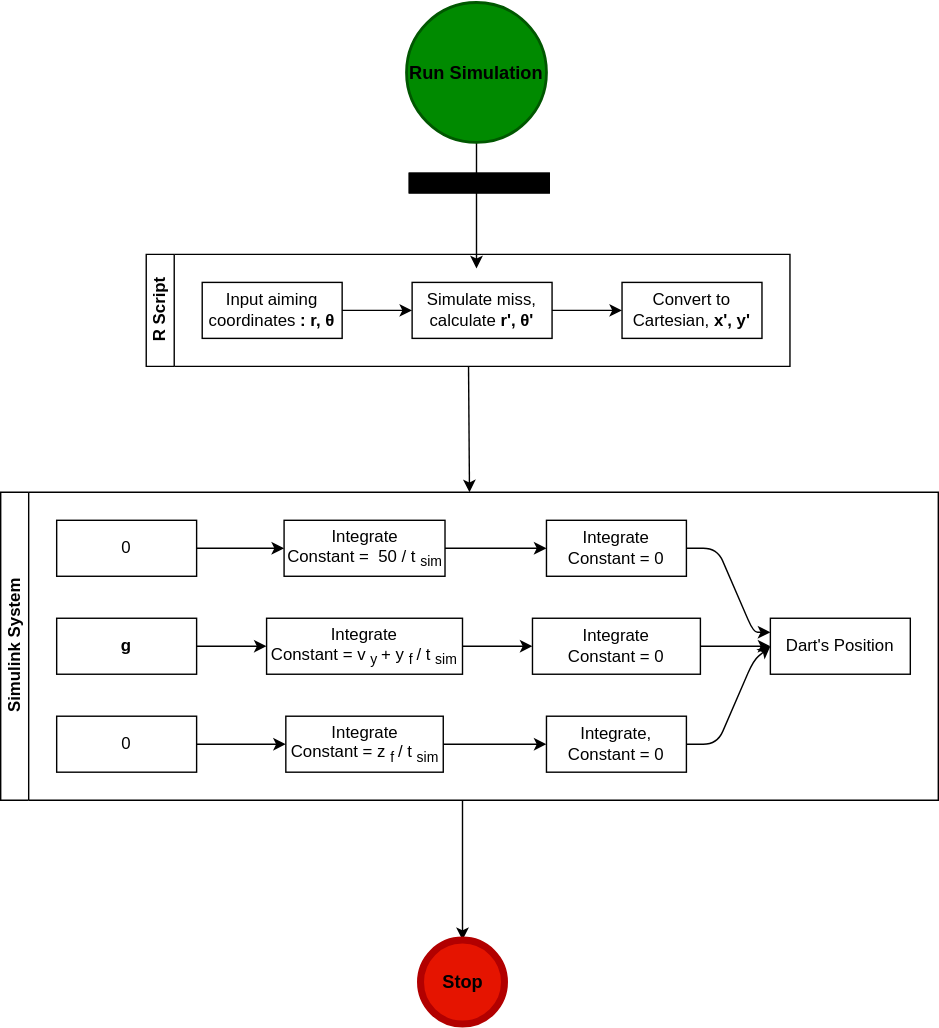
Earlier version of the draw.io export img/projFlow.drawio.svg (ojaroker/Darts). Source tidied: cells renumbered, new cells last; positions are measured from the earlier drawing's top-left corner, leaving out a move shared by most shapes.
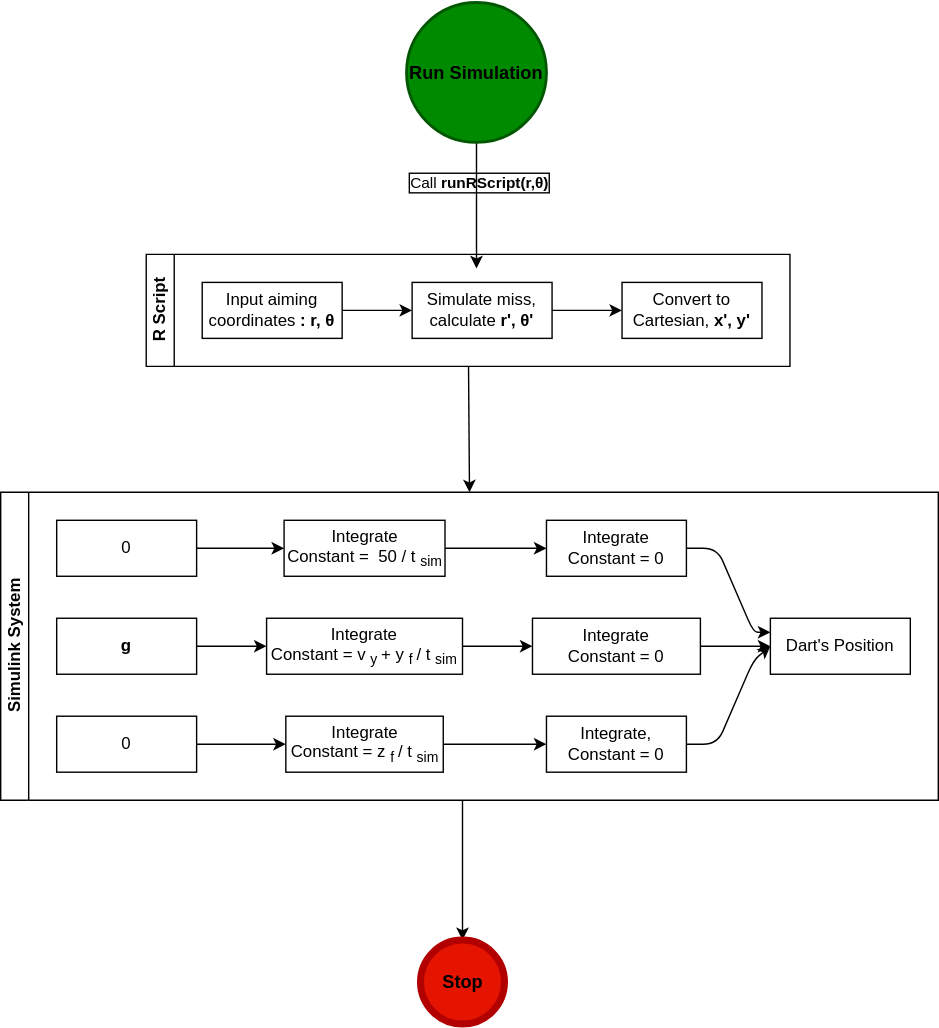
After the commit.

What changed in the source:
```diff
@@ -7,7 +7,7 @@
         <mxPoint x="340" y="190" as="targetPoint" />
       </mxGeometry>
     </mxCell>
-    <mxCell id="3" value="Call &lt;b style=&quot;&quot;&gt;runRScript(r,θ)&lt;/b&gt;" style="edgeLabel;html=1;align=center;verticalAlign=middle;fontColor=#000000;labelBorderColor=default;labelBackgroundColor=#000000;" parent="2" vertex="1">
+    <mxCell id="3" value="Call &lt;b style=&quot;&quot;&gt;runRScript(r,θ)&lt;/b&gt;" style="edgeLabel;html=1;align=center;verticalAlign=middle;fontColor=#000000;labelBorderColor=default;labelBackgroundColor=none;" parent="2" vertex="1">
       <mxGeometry x="-0.36" y="1" relative="1" as="geometry" />
     </mxCell>
     <mxCell id="4" value="&lt;font size=&quot;1&quot; color=&quot;#000000&quot;&gt;&lt;b style=&quot;font-size: 13px;&quot;&gt;Run Simulation&lt;/b&gt;&lt;/font&gt;" style="strokeWidth=2;html=1;shape=mxgraph.flowchart.start_2;whiteSpace=wrap;fillColor=#008a00;fontColor=#ffffff;strokeColor=#005700;" parent="1" vertex="1">
```
